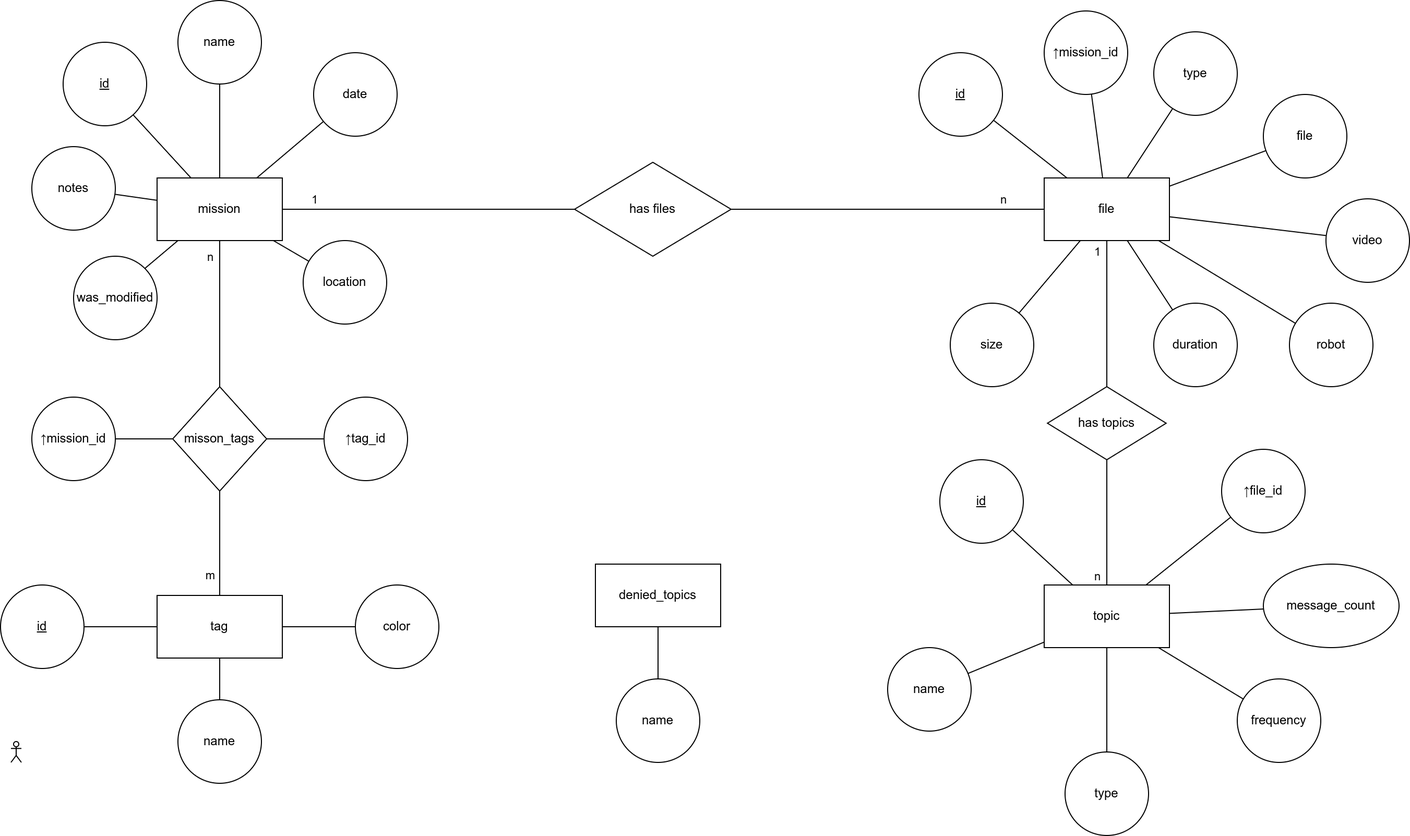
brendel-group/mission_db keeps this draw.io diagram as docs/db_scheme/db_scheme_er_diagram.png. Above is the earlier version. Source tidied: cells renumbered, new cells last; positions are measured from the earlier drawing's top-left corner, leaving out a move shared by most shapes.
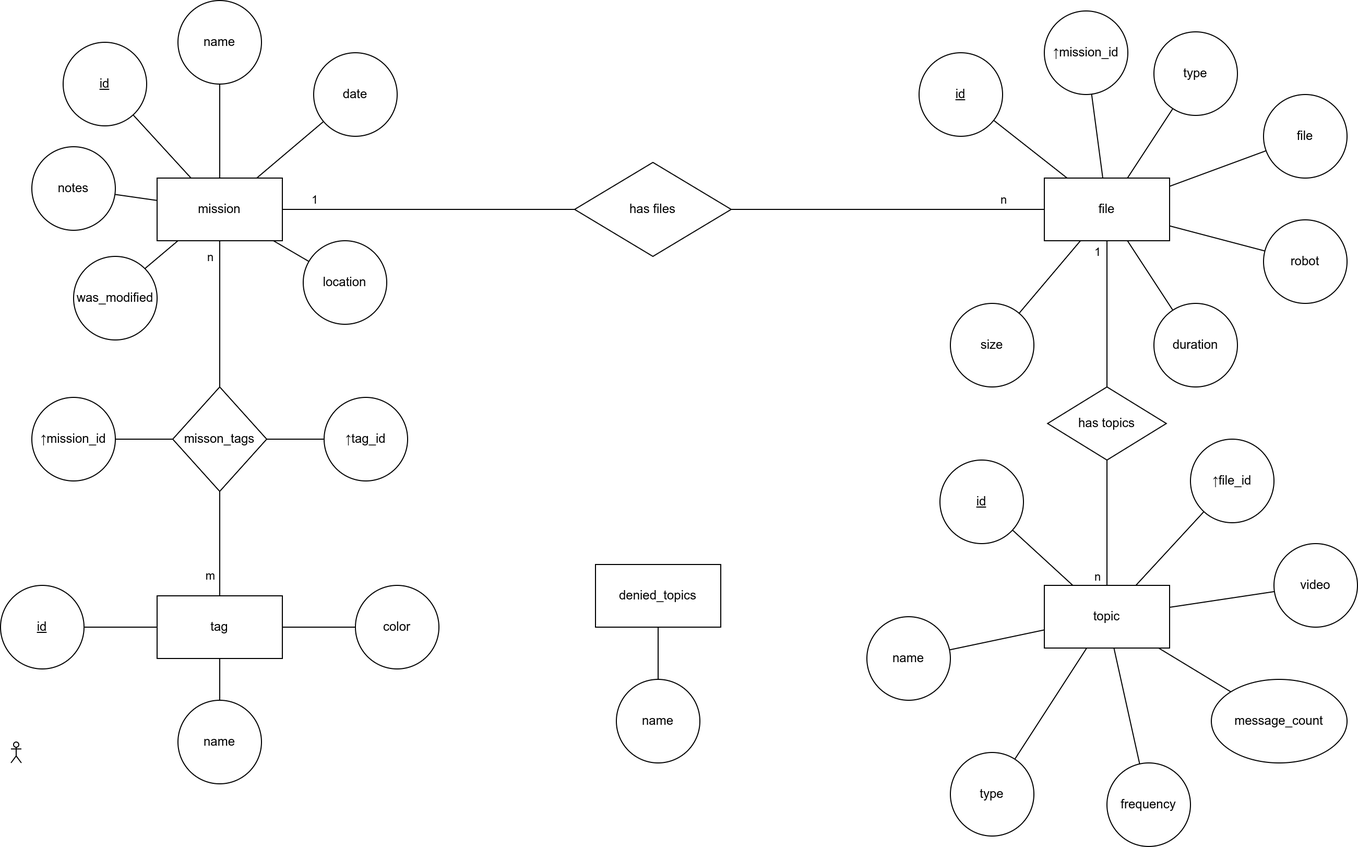
Above is the later version.

What changed in the source:
```diff
@@ -67,7 +67,7 @@
         <mxPoint x="-11" y="2" as="offset" />
       </mxGeometry>
     </mxCell>
-    <mxCell id="21" style="edgeStyle=none;shape=connector;rounded=0;jettySize=auto;html=1;labelBackgroundColor=default;strokeColor=default;align=center;verticalAlign=middle;fontFamily=Helvetica;fontSize=11;fontColor=default;endArrow=none;" parent="1" edge="1" source="24" target="67">
+    <mxCell id="21" style="edgeStyle=none;shape=connector;rounded=0;jettySize=auto;html=1;labelBackgroundColor=default;strokeColor=default;align=center;verticalAlign=middle;fontFamily=Helvetica;fontSize=11;fontColor=default;endArrow=none;" parent="1" edge="1" source="61" target="67">
       <mxGeometry relative="1" as="geometry" />
     </mxCell>
     <mxCell id="22" style="edgeStyle=none;shape=connector;rounded=0;jettySize=auto;html=1;labelBackgroundColor=default;strokeColor=default;align=center;verticalAlign=middle;fontFamily=Helvetica;fontSize=11;fontColor=default;endArrow=none;" parent="1" edge="1" source="24" target="31">
@@ -95,7 +95,7 @@
       <mxGeometry x="550" y="155" width="150" height="90" as="geometry" />
     </mxCell>
     <mxCell id="30" value="robot" style="ellipse;whiteSpace=wrap;html=1;rounded=0;" parent="1" vertex="1">
-      <mxGeometry x="1235" y="290" width="80" height="80" as="geometry" />
+      <mxGeometry x="1210" y="210" width="80" height="80" as="geometry" />
     </mxCell>
     <mxCell id="31" value="type" style="ellipse;whiteSpace=wrap;html=1;rounded=0;" parent="1" vertex="1">
       <mxGeometry x="1105" y="30" width="80" height="80" as="geometry" />
@@ -196,19 +196,19 @@
       <mxGeometry x="900" y="440" width="80" height="80" as="geometry" />
     </mxCell>
     <mxCell id="63" value="↑file_id" style="ellipse;whiteSpace=wrap;html=1;rounded=0;" parent="1" vertex="1">
-      <mxGeometry x="1170" y="430" width="80" height="80" as="geometry" />
+      <mxGeometry x="1140" y="420" width="80" height="80" as="geometry" />
     </mxCell>
     <mxCell id="64" value="type" style="ellipse;whiteSpace=wrap;html=1;rounded=0;" parent="1" vertex="1">
-      <mxGeometry x="1020" y="720" width="80" height="80" as="geometry" />
+      <mxGeometry x="910" y="720" width="80" height="80" as="geometry" />
     </mxCell>
     <mxCell id="65" value="message_count" style="ellipse;whiteSpace=wrap;html=1;rounded=0;" parent="1" vertex="1">
-      <mxGeometry x="1210" y="540" width="130" height="80" as="geometry" />
+      <mxGeometry x="1160" y="650" width="130" height="80" as="geometry" />
     </mxCell>
     <mxCell id="66" value="frequency" style="ellipse;whiteSpace=wrap;html=1;rounded=0;" parent="1" vertex="1">
-      <mxGeometry x="1185" y="650" width="80" height="80" as="geometry" />
+      <mxGeometry x="1060" y="730" width="80" height="80" as="geometry" />
     </mxCell>
     <mxCell id="67" value="video" style="ellipse;whiteSpace=wrap;html=1;rounded=0;" parent="1" vertex="1">
-      <mxGeometry x="1270" y="190" width="80" height="80" as="geometry" />
+      <mxGeometry x="1220" y="520" width="80" height="80" as="geometry" />
     </mxCell>
     <mxCell id="68" style="edgeStyle=none;shape=connector;rounded=0;jettySize=auto;html=1;labelBackgroundColor=default;strokeColor=default;align=center;verticalAlign=middle;fontFamily=Helvetica;fontSize=11;fontColor=default;endArrow=none;" parent="1" edge="1" source="70" target="71">
       <mxGeometry relative="1" as="geometry" />
@@ -245,7 +245,7 @@
       <mxGeometry x="1003.1" y="370" width="113.8" height="70" as="geometry" />
     </mxCell>
     <mxCell id="78" value="name" style="ellipse;whiteSpace=wrap;html=1;rounded=0;" parent="1" vertex="1">
-      <mxGeometry x="850" y="620" width="80" height="80" as="geometry" />
+      <mxGeometry x="830" y="590" width="80" height="80" as="geometry" />
     </mxCell>
   </root>
 </mxGraphModel>
```
